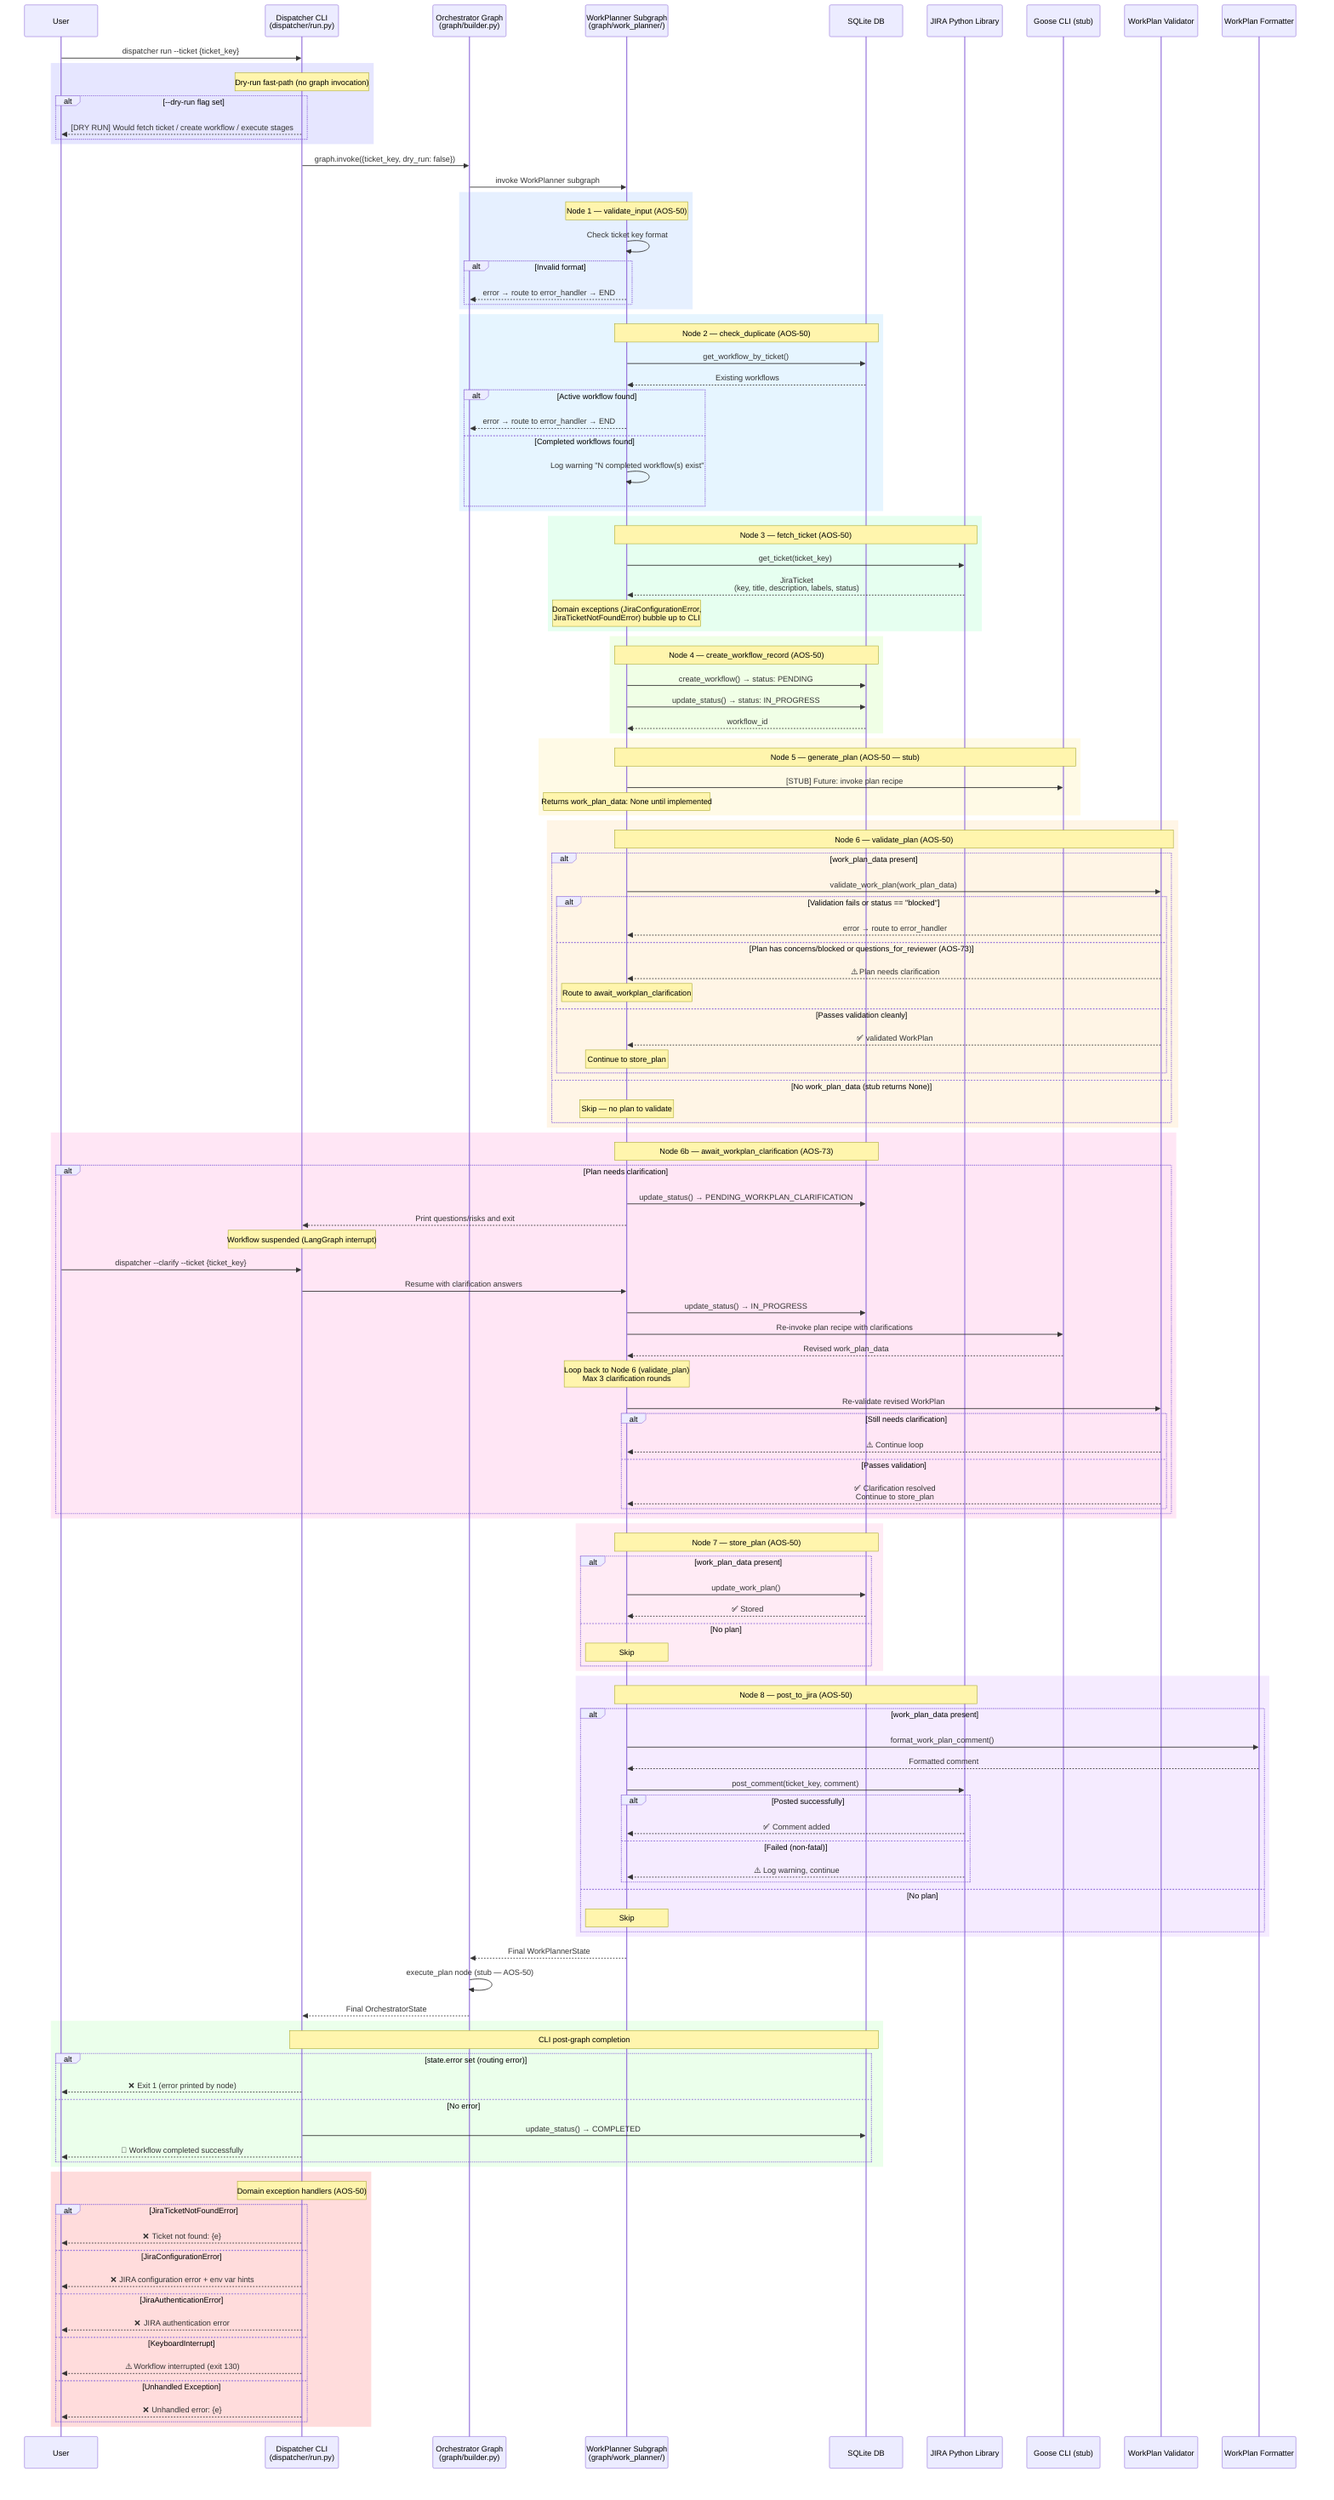
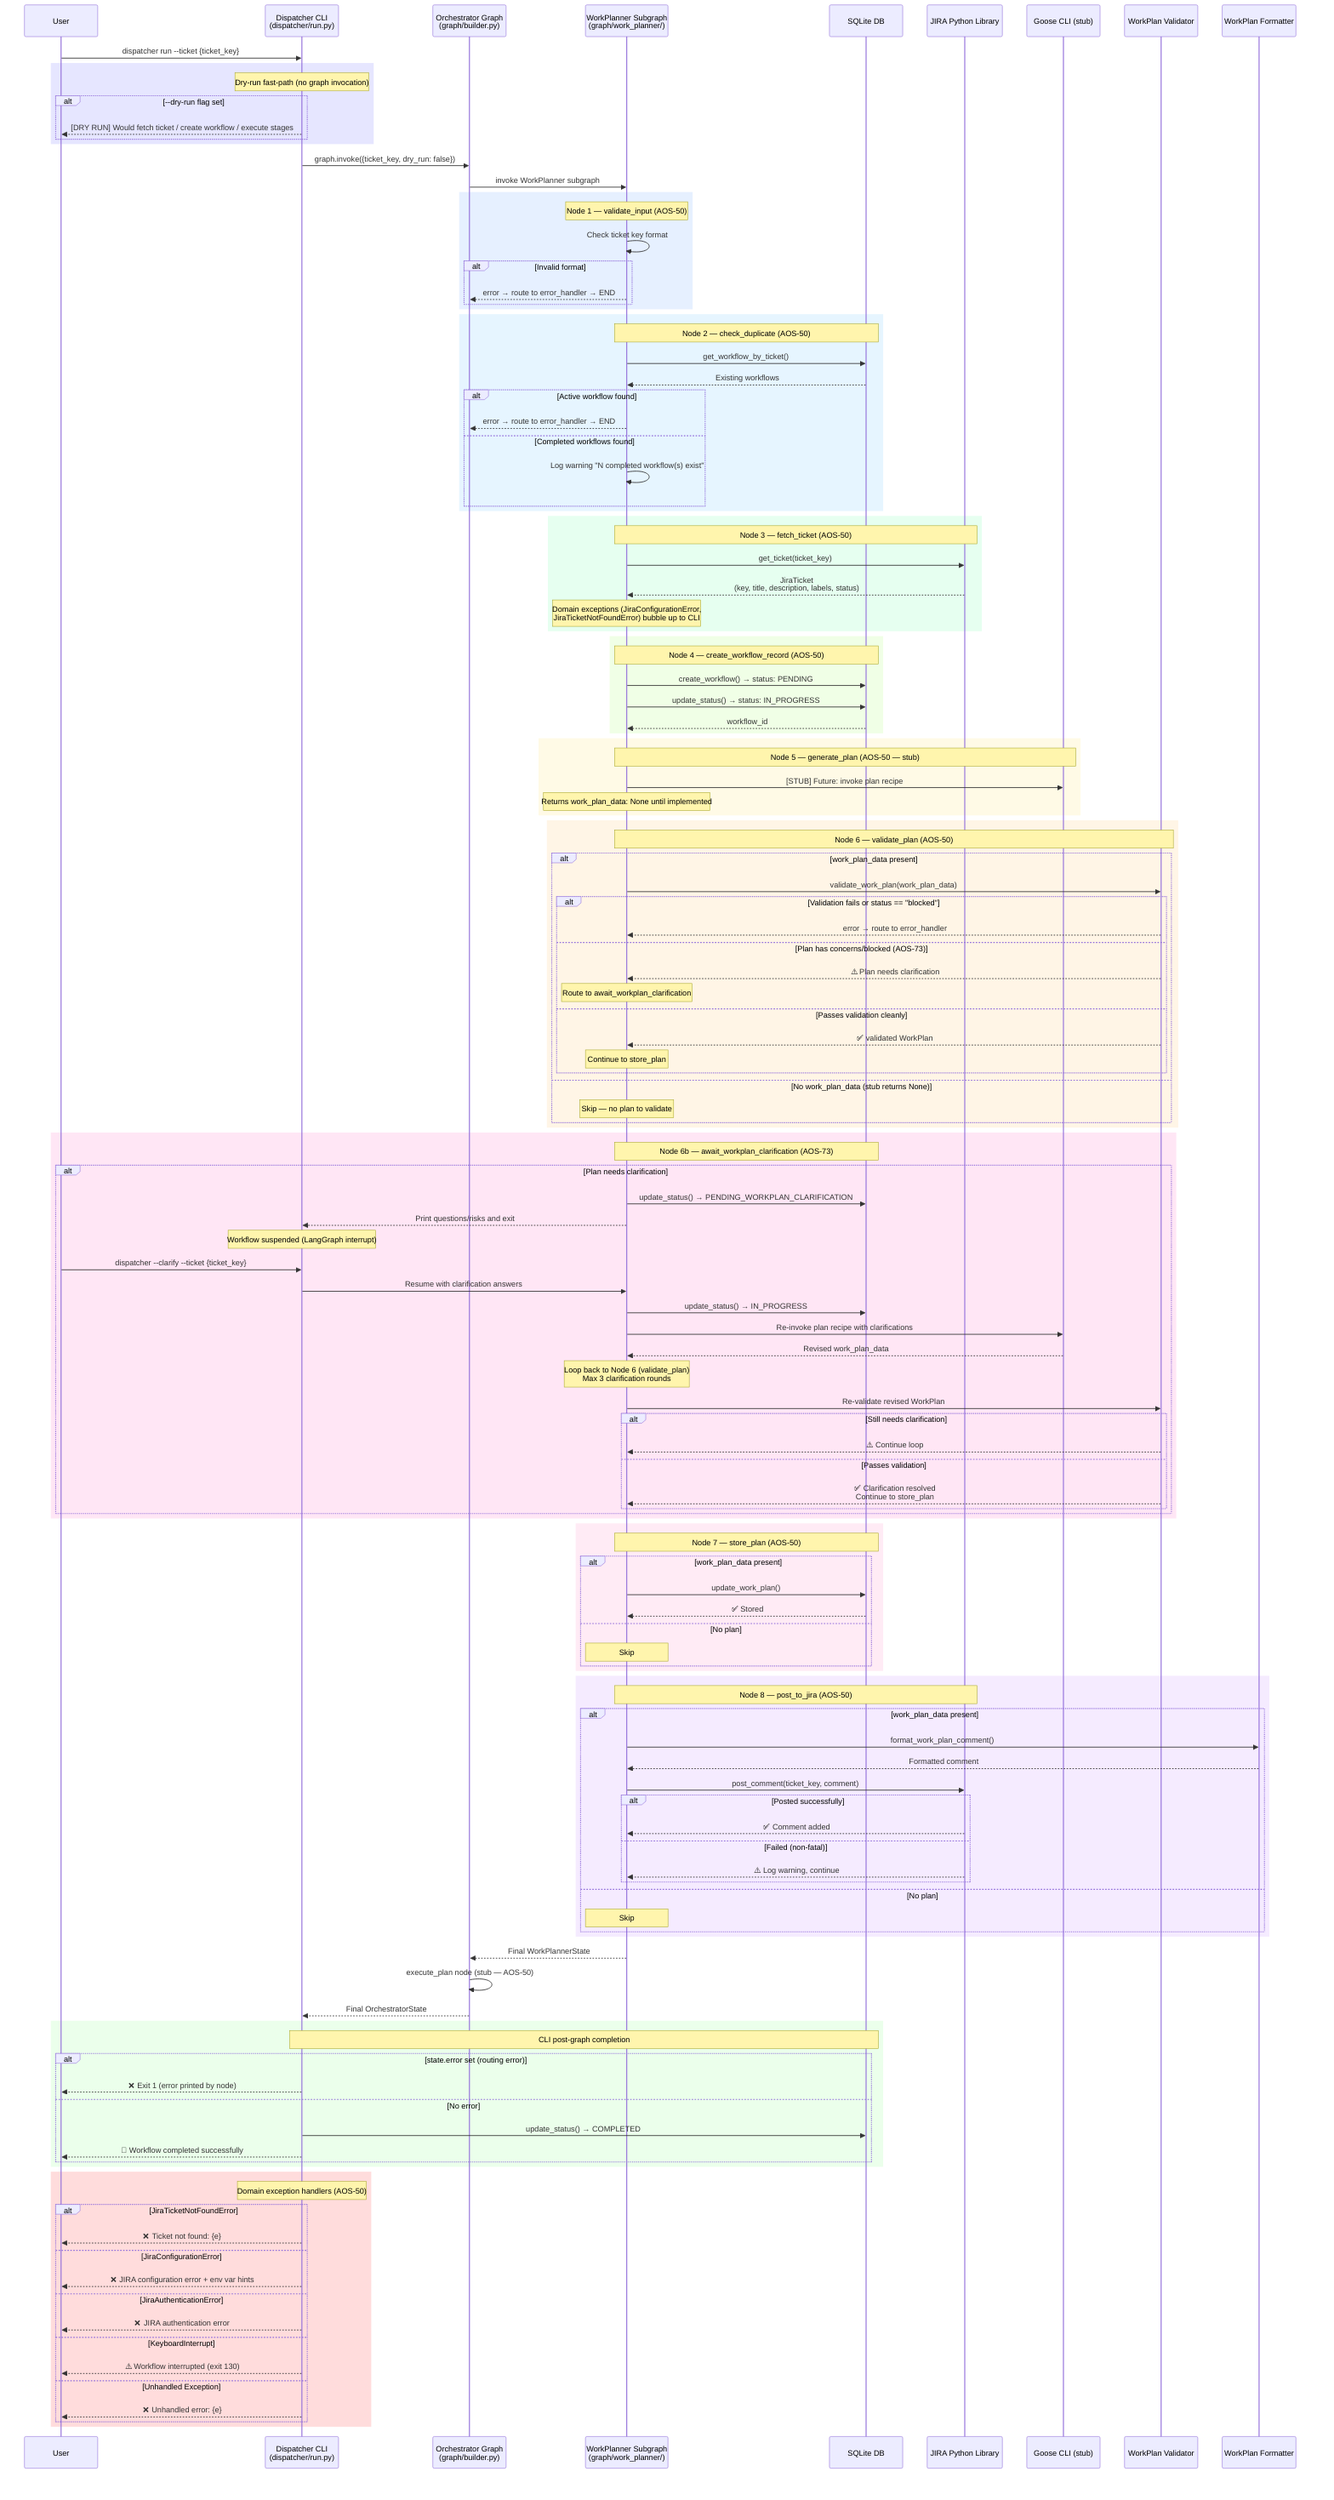
sequenceDiagram
    participant User
    participant CLI as Dispatcher CLI<br/>(dispatcher/run.py)
    participant Graph as Orchestrator Graph<br/>(graph/builder.py)
    participant WP as WorkPlanner Subgraph<br/>(graph/work_planner/)
    participant SQLite as SQLite DB
    participant JiraLib as JIRA Python Library
    participant Goose as Goose CLI (stub)
    participant Validator as WorkPlan Validator
    participant Formatter as WorkPlan Formatter

    User->>CLI: dispatcher run --ticket {ticket_key}

    rect rgb(230, 230, 255)
        Note over CLI: Dry-run fast-path (no graph invocation)
        alt --dry-run flag set
            CLI-->>User: [DRY RUN] Would fetch ticket / create workflow / execute stages
        end
    end

    CLI->>Graph: graph.invoke({ticket_key, dry_run: false})
    Graph->>WP: invoke WorkPlanner subgraph

    rect rgb(230, 240, 255)
        Note over WP: Node 1 — validate_input (AOS-50)
        WP->>WP: Check ticket key format
        alt Invalid format
            WP-->>Graph: error → route to error_handler → END
        end
    end

    rect rgb(230, 245, 255)
        Note over WP,SQLite: Node 2 — check_duplicate (AOS-50)
        WP->>SQLite: get_workflow_by_ticket()
        SQLite-->>WP: Existing workflows
        alt Active workflow found
            WP-->>Graph: error → route to error_handler → END
        else Completed workflows found
            WP->>WP: Log warning "N completed workflow(s) exist"
        end
    end

    rect rgb(230, 255, 240)
        Note over WP,JiraLib: Node 3 — fetch_ticket (AOS-50)
        WP->>JiraLib: get_ticket(ticket_key)
        JiraLib-->>WP: JiraTicket<br/>(key, title, description, labels, status)
        Note over WP: Domain exceptions (JiraConfigurationError,<br/>JiraTicketNotFoundError) bubble up to CLI
    end

    rect rgb(240, 255, 230)
        Note over WP,SQLite: Node 4 — create_workflow_record (AOS-50)
        WP->>SQLite: create_workflow() → status: PENDING
        WP->>SQLite: update_status() → status: IN_PROGRESS
        SQLite-->>WP: workflow_id
    end

    rect rgb(255, 250, 230)
        Note over WP,Goose: Node 5 — generate_plan (AOS-50 — stub)
        WP->>Goose: [STUB] Future: invoke plan recipe
        Note over WP: Returns work_plan_data: None until implemented
    end

    rect rgb(255, 245, 230)
        Note over WP,Validator: Node 6 — validate_plan (AOS-50)
        alt work_plan_data present
            WP->>Validator: validate_work_plan(work_plan_data)
            alt Validation fails or status == "blocked"
                Validator-->>WP: error → route to error_handler
-             else Plan has concerns/blocked or questions_for_reviewer (AOS-73)
+             else Plan has concerns/blocked (AOS-73)
                Validator-->>WP: ⚠️  Plan needs clarification
                Note over WP: Route to await_workplan_clarification
            else Passes validation cleanly
                Validator-->>WP: ✅ validated WorkPlan
                Note over WP: Continue to store_plan
            end
        else No work_plan_data (stub returns None)
            Note over WP: Skip — no plan to validate
        end
    end

    rect rgb(255, 230, 245)
        Note over WP,SQLite: Node 6b — await_workplan_clarification (AOS-73)
        alt Plan needs clarification
            WP->>SQLite: update_status() → PENDING_WORKPLAN_CLARIFICATION
            WP-->>CLI: Print questions/risks and exit
            Note over CLI: Workflow suspended (LangGraph interrupt)

            User->>CLI: dispatcher --clarify --ticket {ticket_key}
            CLI->>WP: Resume with clarification answers
            WP->>SQLite: update_status() → IN_PROGRESS
            WP->>Goose: Re-invoke plan recipe with clarifications
            Goose-->>WP: Revised work_plan_data

            Note over WP: Loop back to Node 6 (validate_plan)<br/>Max 3 clarification rounds
            WP->>Validator: Re-validate revised WorkPlan
            alt Still needs clarification
                Validator-->>WP: ⚠️  Continue loop
            else Passes validation
                Validator-->>WP: ✅ Clarification resolved<br/>Continue to store_plan
            end
        end
    end

    rect rgb(255, 235, 245)
        Note over WP,SQLite: Node 7 — store_plan (AOS-50)
        alt work_plan_data present
            WP->>SQLite: update_work_plan()
            SQLite-->>WP: ✅ Stored
        else No plan
            Note over WP: Skip
        end
    end

    rect rgb(245, 235, 255)
        Note over WP,JiraLib: Node 8 — post_to_jira (AOS-50)
        alt work_plan_data present
            WP->>Formatter: format_work_plan_comment()
            Formatter-->>WP: Formatted comment
            WP->>JiraLib: post_comment(ticket_key, comment)
            alt Posted successfully
                JiraLib-->>WP: ✅ Comment added
            else Failed (non-fatal)
                JiraLib-->>WP: ⚠️  Log warning, continue
            end
        else No plan
            Note over WP: Skip
        end
    end

    WP-->>Graph: Final WorkPlannerState
    Graph->>Graph: execute_plan node (stub — AOS-50)
    Graph-->>CLI: Final OrchestratorState

    rect rgb(235, 255, 235)
        Note over CLI,SQLite: CLI post-graph completion
        alt state.error set (routing error)
            CLI-->>User: ❌ Exit 1 (error printed by node)
        else No error
            CLI->>SQLite: update_status() → COMPLETED
            CLI-->>User: 🎉 Workflow completed successfully
        end
    end

    rect rgb(255, 220, 220)
        Note over CLI: Domain exception handlers (AOS-50)
        alt JiraTicketNotFoundError
            CLI-->>User: ❌ Ticket not found: {e}
        else JiraConfigurationError
            CLI-->>User: ❌ JIRA configuration error + env var hints
        else JiraAuthenticationError
            CLI-->>User: ❌ JIRA authentication error
        else KeyboardInterrupt
            CLI-->>User: ⚠️  Workflow interrupted (exit 130)
        else Unhandled Exception
            CLI-->>User: ❌ Unhandled error: {e}
        end
    end
